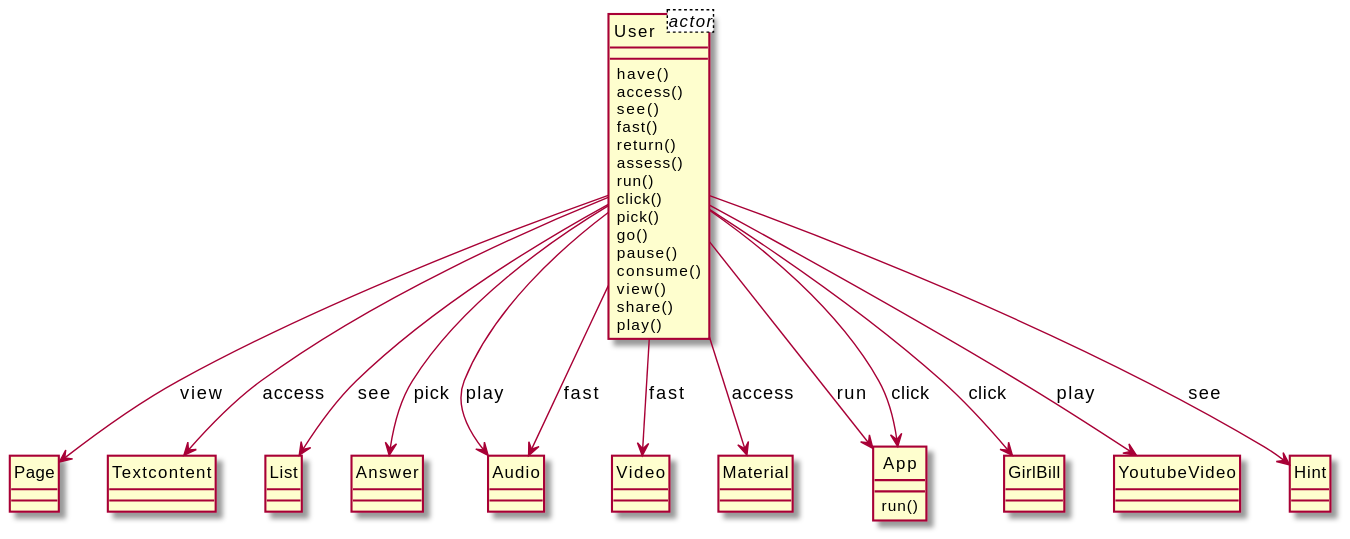
xixixhalu/DomainModelExtractor keeps this PlantUML diagram as output/diagram_5/2016-USC-Project03.svg. Above is the earlier version.
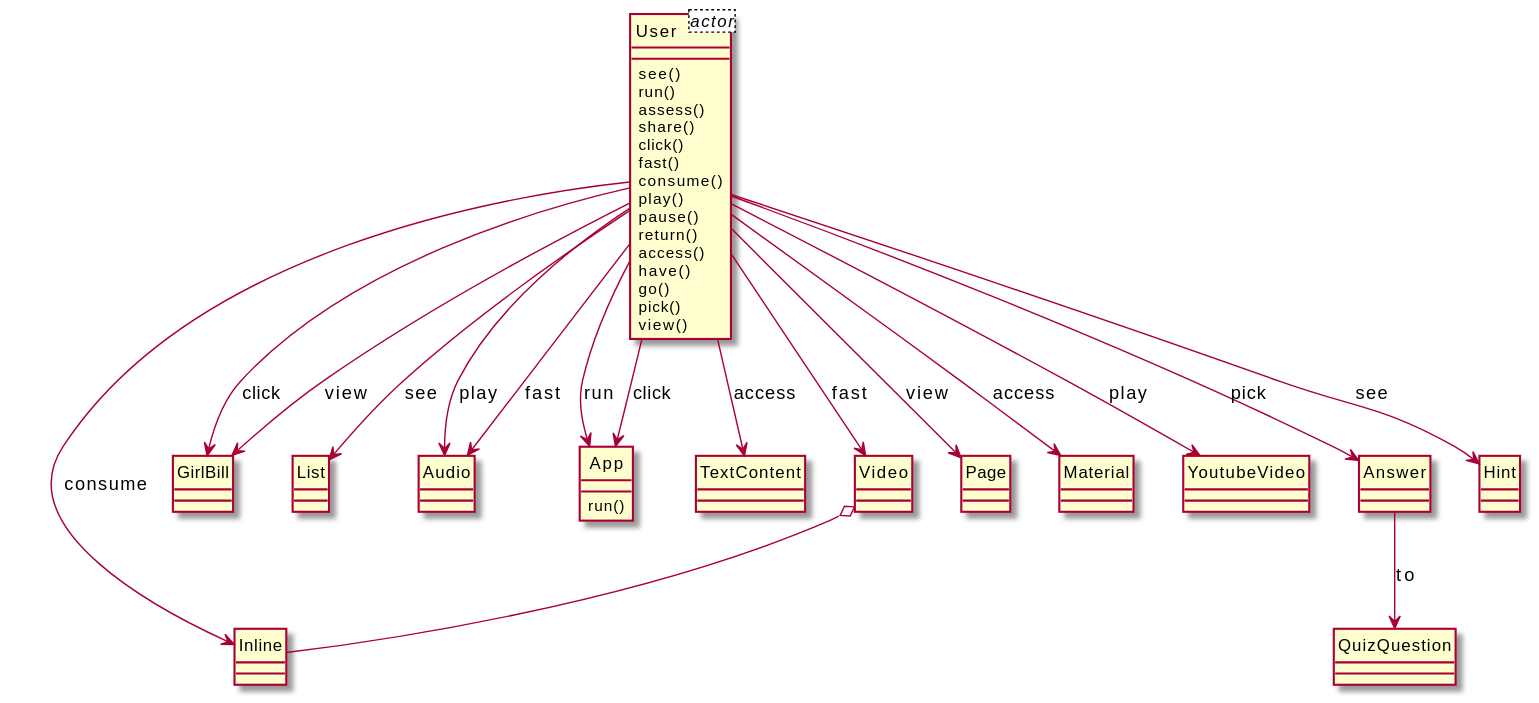
After the commit.

What changed in the source:
```diff
@@ -2,57 +2,65 @@
 hide circle
 class User<actor> {
 }
+class Inline {
+}
 class User {
+	see()
+	run()
+	assess()
+	share()
+	click()
+	fast()
+	consume()
+	play()
+	pause()
+	return()
+	access()
 	have()
-	access()
-	see()
-	fast()
-	return()
-	assess()
-	run()
-	click()
+	go()
 	pick()
-	go()
-	pause()
-	consume()
 	view()
-	share()
-	play()
 }
-class Page {
-}
-class Textcontent {
+class GirlBill {
 }
 class List {
 }
-class Answer {
-}
 class Audio {
-}
-class Video {
-}
-class Material {
 }
 class App {
 	run()
 }
-class GirlBill {
+class TextContent {
+}
+class Answer {
+}
+class Page {
+}
+class Material {
 }
 class YoutubeVideo {
 }
+class Video {
+}
 class Hint {
 }
+class QuizQuestion {
+}
+User --> App : click
+User --> Inline : consume
+User --> Video : fast
+User --> Audio : fast
+User --> App : run
+User --> Answer : pick
+User --> GirlBill : view
+User --> Material : access
+User --> GirlBill : click
+User --> YoutubeVideo : play
+User --> Audio : play
 User --> Hint : see
+Answer --> QuizQuestion : to
+User --> Page : view
+User --> TextContent : access
+Video o-- Inline
 User --> List : see
-User --> Video : fast
-User --> Page : view
-User --> GirlBill : click
-User --> Answer : pick
-User --> YoutubeVideo : play
-User --> App : run
-User --> App : click
-User --> Material : access
-User --> Textcontent : access
-User --> Audio : play
-User --> Audio : fast
 @enduml
```
